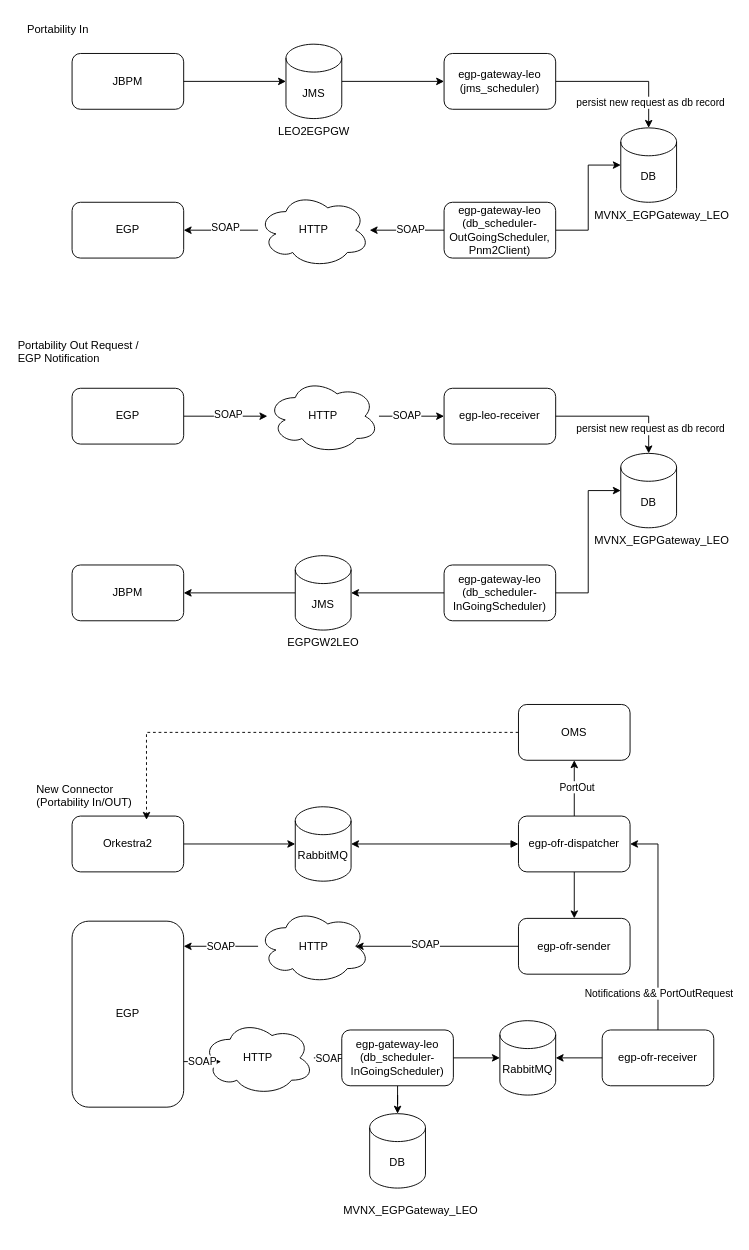
Above: Untitled Diagram.drawio in yakunin/design_io_pub (draw.io), before the change. Source tidied: cells renumbered, new cells numbered last; positions are measured from the earlier drawing's top-left corner, leaving out a move shared by most shapes. Both pictures are drawn from the tidied source at 93%, with x=0, y=0 at pixel (16, 16).
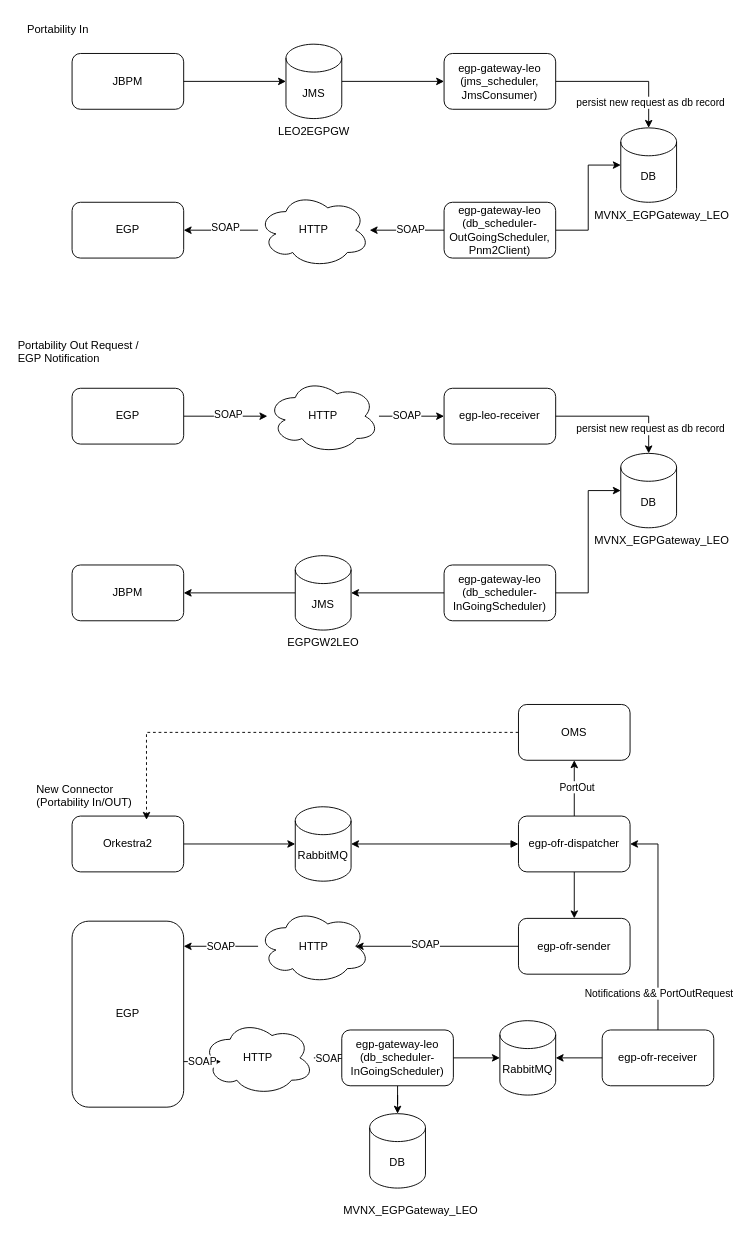
Above is the later version.

Commit message:
- add come details

Diff of the diagram source:
```diff
@@
-    <mxCell id="5" value="egp-gateway-leo (jms_scheduler)" style="rounded=1;whiteSpace=wrap;html=1;" parent="1" vertex="1">
+    <mxCell id="5" value="egp-gateway-leo (jms_scheduler, JmsConsumer)" style="rounded=1;whiteSpace=wrap;html=1;" parent="1" vertex="1">
       <mxGeometry x="460" y="40" width="120" height="60" as="geometry" />
     </mxCell>
```
